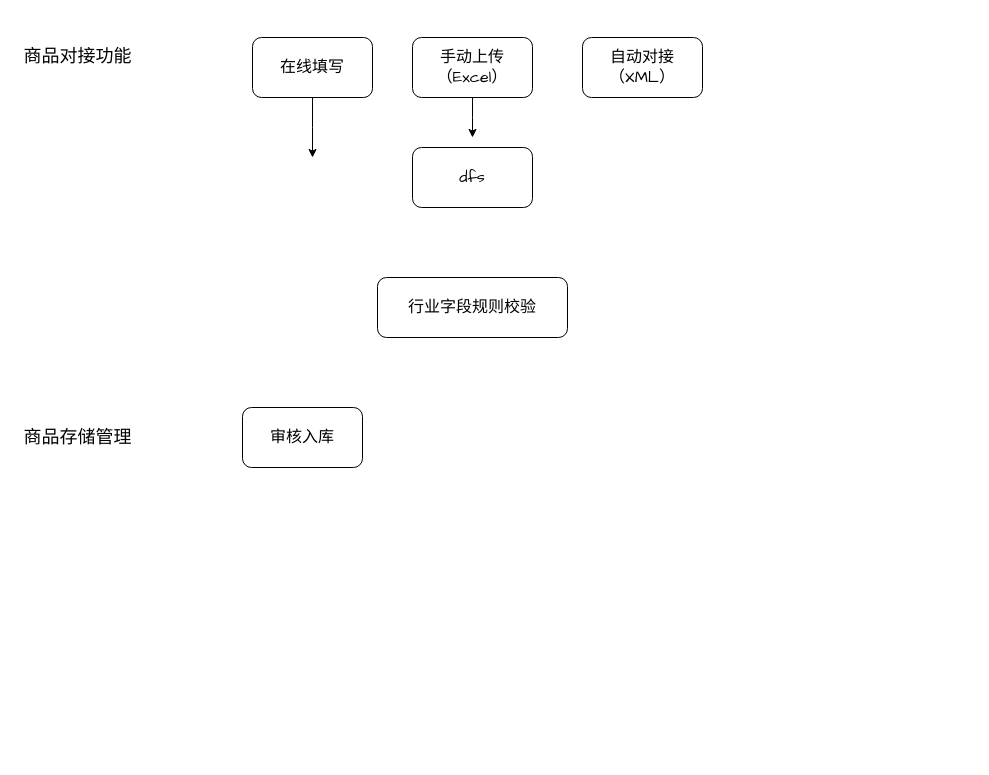
Earlier version of the draw.io diagram page "商品库流程" (5 of 5) of draw.io/dpa.drawio (Jstarfish/picBed). Source tidied: cells renumbered, new cells numbered last; positions are measured from the earlier drawing's top-left corner, leaving out a move shared by most shapes. Both pictures are drawn from the tidied source at 100%, with x=0, y=0 at pixel (17, 37).
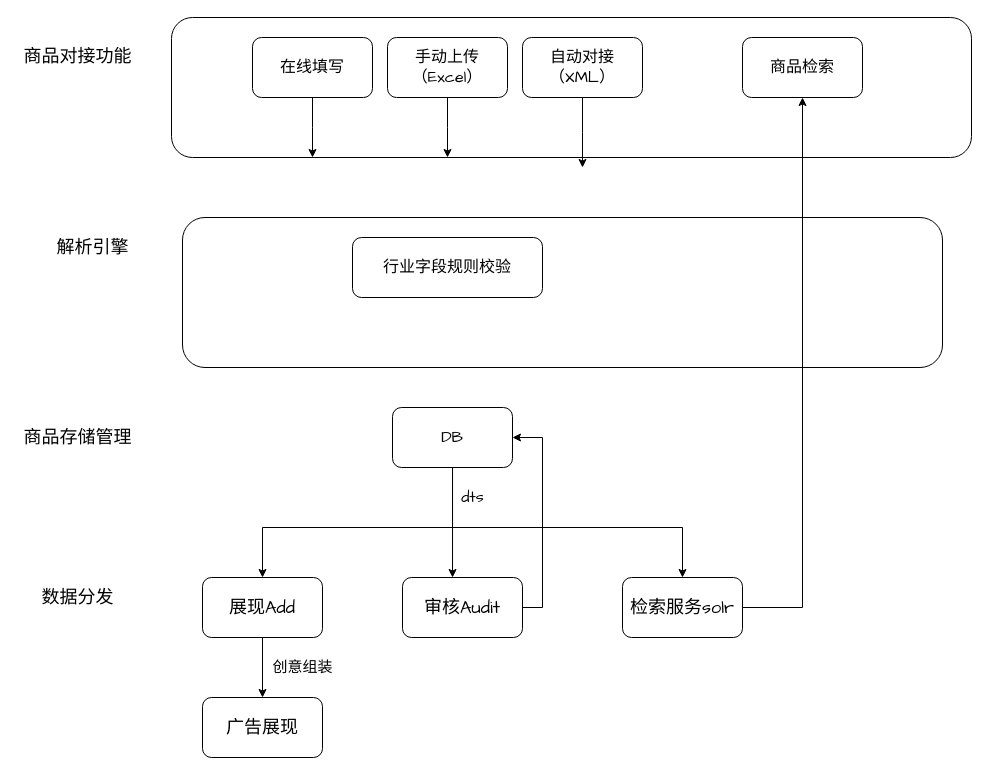
Above is the later version.

The edit, as a diff of the source:
```diff
@@
+    <mxCell id="12" style="rounded=1;whiteSpace=wrap;html=1;" parent="1" vertex="1">
+      <mxGeometry x="165" y="180" width="760" height="150" as="geometry" />
+    </mxCell>
+    <mxCell id="13" style="rounded=1;whiteSpace=wrap;html=1;" parent="1" vertex="1">
+      <mxGeometry x="154" y="-20" width="800" height="140" as="geometry" />
+    </mxCell>
@@
     <mxCell id="4" style="edgeStyle=orthogonalEdgeStyle;rounded=0;jettySize=auto;html=1;" parent="1" edge="1" source="5">
       <mxGeometry relative="1" as="geometry">
-        <mxPoint x="455" y="100" as="targetPoint" />
+        <mxPoint x="430" y="120" as="targetPoint" />
       </mxGeometry>
     </mxCell>
     <mxCell id="5" value="&lt;font face=&quot;Comic Sans MS&quot; style=&quot;font-size: 16px&quot;&gt;手动上传（Excel）&lt;/font&gt;" style="rounded=1;whiteSpace=wrap;html=1;" parent="1" vertex="1">
-      <mxGeometry x="395" width="120" height="60" as="geometry" />
+      <mxGeometry x="370" width="120" height="60" as="geometry" />
     </mxCell>
+    <mxCell id="14" style="edgeStyle=orthogonalEdgeStyle;rounded=0;jettySize=auto;html=1;exitX=0.5;exitY=1;exitDx=0;exitDy=0;" parent="1" edge="1" source="6">
+      <mxGeometry relative="1" as="geometry">
+        <mxPoint x="565" y="130" as="targetPoint" />
+      </mxGeometry>
+    </mxCell>
     <mxCell id="6" value="&lt;font face=&quot;Comic Sans MS&quot;&gt;&lt;span style=&quot;font-size: 16px&quot;&gt;自动对接（XML）&lt;/span&gt;&lt;/font&gt;" style="rounded=1;whiteSpace=wrap;html=1;" parent="1" vertex="1">
-      <mxGeometry x="565" width="120" height="60" as="geometry" />
+      <mxGeometry x="505" width="120" height="60" as="geometry" />
     </mxCell>
@@
     <mxCell id="9" value="&lt;font face=&quot;Comic Sans MS&quot;&gt;&lt;span style=&quot;font-size: 16px&quot;&gt;行业字段规则校验&lt;/span&gt;&lt;/font&gt;" style="rounded=1;whiteSpace=wrap;html=1;" parent="1" vertex="1">
-      <mxGeometry x="360" y="240" width="190" height="60" as="geometry" />
+      <mxGeometry x="335" y="200" width="190" height="60" as="geometry" />
     </mxCell>
-    <mxCell id="10" value="&lt;font face=&quot;Comic Sans MS&quot;&gt;&lt;span style=&quot;font-size: 16px&quot;&gt;dfs&lt;/span&gt;&lt;/font&gt;" style="rounded=1;whiteSpace=wrap;html=1;" parent="1" vertex="1">
-      <mxGeometry x="395" y="110" width="120" height="60" as="geometry" />
-    </mxCell>
+    <mxCell id="15" style="edgeStyle=orthogonalEdgeStyle;rounded=0;jettySize=auto;html=1;entryX=0.417;entryY=0;entryDx=0;entryDy=0;entryPerimeter=0;" parent="1" edge="1" source="11" target="22">
+      <mxGeometry relative="1" as="geometry" />
+    </mxCell>
+    <mxCell id="16" style="edgeStyle=orthogonalEdgeStyle;rounded=0;jettySize=auto;html=1;entryX=0.5;entryY=0;entryDx=0;entryDy=0;" parent="1" edge="1" source="11" target="20">
+      <mxGeometry relative="1" as="geometry">
+        <Array as="points">
+          <mxPoint x="435" y="490" />
+          <mxPoint x="245" y="490" />
+        </Array>
+      </mxGeometry>
+    </mxCell>
+    <mxCell id="17" style="edgeStyle=orthogonalEdgeStyle;rounded=0;jettySize=auto;html=1;" parent="1" edge="1" source="11" target="25">
+      <mxGeometry relative="1" as="geometry">
+        <Array as="points">
+          <mxPoint x="435" y="490" />
+          <mxPoint x="665" y="490" />
+        </Array>
+      </mxGeometry>
+    </mxCell>
-    <mxCell id="11" value="&lt;font face=&quot;Comic Sans MS&quot;&gt;&lt;span style=&quot;font-size: 16px&quot;&gt;审核入库&lt;/span&gt;&lt;/font&gt;" style="rounded=1;whiteSpace=wrap;html=1;" parent="1" vertex="1">
-      <mxGeometry x="225" y="370" width="120" height="60" as="geometry" />
+    <mxCell id="11" value="&lt;font face=&quot;Comic Sans MS&quot;&gt;&lt;span style=&quot;font-size: 16px&quot;&gt;DB&lt;/span&gt;&lt;/font&gt;" style="rounded=1;whiteSpace=wrap;html=1;" parent="1" vertex="1">
+      <mxGeometry x="375" y="370" width="120" height="60" as="geometry" />
     </mxCell>
+    <mxCell id="18" value="&lt;font face=&quot;Comic Sans MS&quot; style=&quot;font-size: 18px&quot;&gt;数据分发&lt;/font&gt;" style="text;html=1;align=center;verticalAlign=middle;" parent="1" vertex="1">
+      <mxGeometry x="15" y="550" width="90" height="20" as="geometry" />
+    </mxCell>
+    <mxCell id="19" value="&lt;font face=&quot;Comic Sans MS&quot; style=&quot;font-size: 16px&quot;&gt;dts&lt;/font&gt;" style="text;html=1;align=center;verticalAlign=middle;" parent="1" vertex="1">
+      <mxGeometry x="435" y="450" width="40" height="20" as="geometry" />
+    </mxCell>
+    <mxCell id="20" value="&lt;span style=&quot;font-family: &amp;#34;comic sans ms&amp;#34; ; font-size: 18px&quot;&gt;展现Add&lt;/span&gt;" style="rounded=1;whiteSpace=wrap;html=1;" parent="1" vertex="1">
+      <mxGeometry x="185" y="540" width="120" height="60" as="geometry" />
+    </mxCell>
+    <mxCell id="21" style="edgeStyle=orthogonalEdgeStyle;rounded=0;jettySize=auto;html=1;entryX=1;entryY=0.5;entryDx=0;entryDy=0;exitX=1;exitY=0.5;exitDx=0;exitDy=0;" parent="1" edge="1" source="22" target="11">
+      <mxGeometry relative="1" as="geometry" />
+    </mxCell>
+    <mxCell id="22" value="&lt;font face=&quot;Comic Sans MS&quot;&gt;&lt;span style=&quot;font-size: 18px&quot;&gt;审核Audit&lt;/span&gt;&lt;/font&gt;" style="rounded=1;whiteSpace=wrap;html=1;" parent="1" vertex="1">
+      <mxGeometry x="385" y="540" width="120" height="60" as="geometry" />
+    </mxCell>
+    <mxCell id="23" style="edgeStyle=orthogonalEdgeStyle;rounded=0;jettySize=auto;html=1;entryX=0.5;entryY=0;entryDx=0;entryDy=0;exitX=0.5;exitY=1;exitDx=0;exitDy=0;" parent="1" edge="1" source="20" target="26">
+      <mxGeometry relative="1" as="geometry" />
+    </mxCell>
+    <mxCell id="24" style="edgeStyle=orthogonalEdgeStyle;rounded=0;jettySize=auto;html=1;exitX=1;exitY=0.5;exitDx=0;exitDy=0;entryX=0.5;entryY=1;entryDx=0;entryDy=0;" parent="1" edge="1" source="25" target="28">
+      <mxGeometry relative="1" as="geometry" />
+    </mxCell>
+    <mxCell id="25" value="&lt;span style=&quot;font-family: &amp;#34;comic sans ms&amp;#34; ; font-size: 18px&quot;&gt;检索服务solr&lt;/span&gt;" style="rounded=1;whiteSpace=wrap;html=1;" parent="1" vertex="1">
+      <mxGeometry x="605" y="540" width="120" height="60" as="geometry" />
+    </mxCell>
+    <mxCell id="26" value="&lt;font face=&quot;Comic Sans MS&quot; style=&quot;font-size: 18px&quot;&gt;广告展现&lt;/font&gt;" style="rounded=1;whiteSpace=wrap;html=1;" parent="1" vertex="1">
+      <mxGeometry x="185" y="660" width="120" height="60" as="geometry" />
+    </mxCell>
+    <mxCell id="27" value="&lt;font style=&quot;font-size: 15px&quot; face=&quot;Comic Sans MS&quot;&gt;创意组装&lt;/font&gt;" style="text;html=1;align=center;verticalAlign=middle;" parent="1" vertex="1">
+      <mxGeometry x="245" y="620" width="80" height="20" as="geometry" />
+    </mxCell>
+    <mxCell id="28" value="&lt;font face=&quot;Comic Sans MS&quot; style=&quot;font-size: 16px&quot;&gt;商品检索&lt;/font&gt;" style="rounded=1;whiteSpace=wrap;html=1;" parent="1" vertex="1">
+      <mxGeometry x="725" width="120" height="60" as="geometry" />
+    </mxCell>
+    <mxCell id="29" value="&lt;font style=&quot;font-size: 18px&quot; face=&quot;Comic Sans MS&quot;&gt;解析引擎&lt;br&gt;&lt;/font&gt;" style="text;html=1;align=center;verticalAlign=middle;" parent="1" vertex="1">
+      <mxGeometry x="30" y="200" width="90" height="20" as="geometry" />
+    </mxCell>
```
